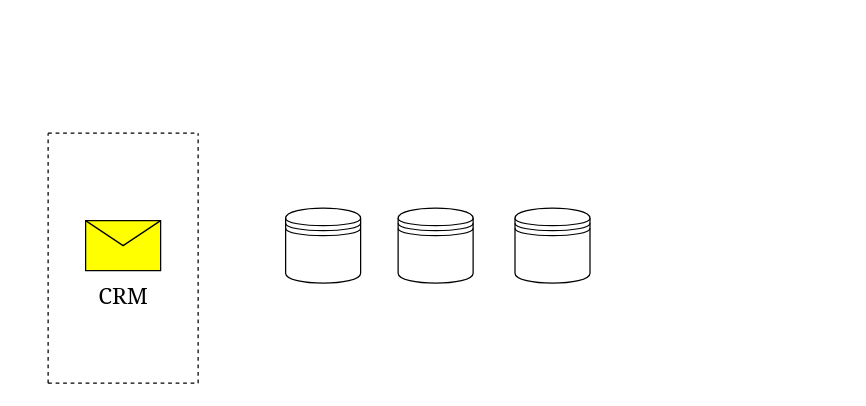
Earlier version of the draw.io diagram Diagrama sem nome.drawio (rcaavalcante/Exerc-cios-PYTHON-MBA). Source tidied: cells renumbered, new cells numbered last; positions are measured from the earlier drawing's top-left corner, leaving out a move shared by most shapes. Both pictures are drawn from the tidied source at 125%, with x=0, y=0 at pixel (48, 132).
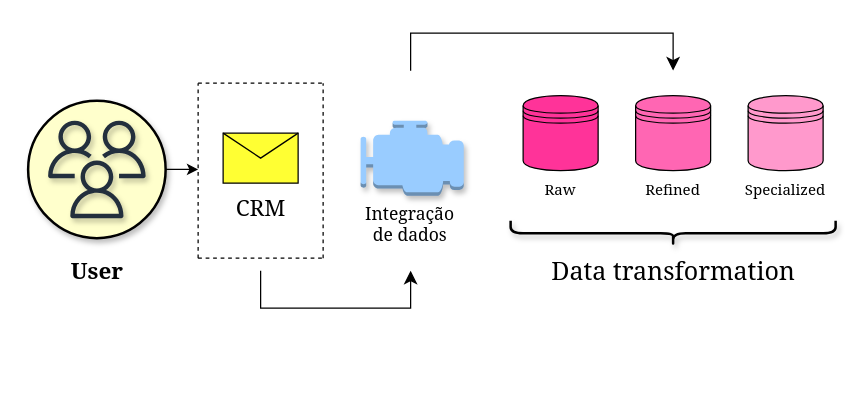
The same page after the edit.

Change to the diagram source:
```diff
@@
+    <mxCell id="11" style="rounded=0;jettySize=auto;html=1;exitX=1;exitY=0.5;exitDx=0;exitDy=0;fontFamily=Helvetica;fontSize=12;fontColor=default;" parent="1" edge="1" source="12">
+      <mxGeometry relative="1" as="geometry">
+        <mxPoint x="120" y="29" as="targetPoint" />
+      </mxGeometry>
+    </mxCell>
+    <mxCell id="12" style="ellipse;whiteSpace=wrap;html=1;shadow=1;strokeColor=default;strokeWidth=2;fontFamily=Helvetica;fontSize=12;fontColor=default;fillColor=#FFFFCC;" parent="1" vertex="1">
+      <mxGeometry x="-16" y="-26" width="110" height="110" as="geometry" />
+    </mxCell>
     <mxCell id="2" style="endArrow=none;dashed=1;html=1;rounded=0;" parent="1" edge="1">
       <mxGeometry relative="1" as="geometry">
-        <mxPoint y="200" as="sourcePoint" />
-        <mxPoint as="targetPoint" />
+        <mxPoint x="120" y="100" as="sourcePoint" />
+        <mxPoint x="120" y="-40" as="targetPoint" />
+        <Array as="points">
+          <mxPoint x="120" y="30" />
+        </Array>
       </mxGeometry>
     </mxCell>
     <mxCell id="3" style="endArrow=none;dashed=1;html=1;rounded=0;" parent="1" edge="1">
       <mxGeometry relative="1" as="geometry">
-        <mxPoint x="120" y="200" as="sourcePoint" />
-        <mxPoint x="120" as="targetPoint" />
+        <mxPoint x="220" y="100" as="sourcePoint" />
+        <mxPoint x="220" y="-40" as="targetPoint" />
       </mxGeometry>
     </mxCell>
     <mxCell id="4" style="endArrow=none;dashed=1;html=1;rounded=0;" parent="1" edge="1">
       <mxGeometry relative="1" as="geometry">
-        <mxPoint y="200" as="sourcePoint" />
-        <mxPoint x="120" y="200" as="targetPoint" />
+        <mxPoint x="120" y="100" as="sourcePoint" />
+        <mxPoint x="220" y="100" as="targetPoint" />
+        <Array as="points">
+          <mxPoint x="170" y="100" />
+        </Array>
       </mxGeometry>
     </mxCell>
     <mxCell id="5" style="endArrow=none;dashed=1;html=1;rounded=0;" parent="1" edge="1">
       <mxGeometry relative="1" as="geometry">
-        <mxPoint as="sourcePoint" />
-        <mxPoint x="120" as="targetPoint" />
+        <mxPoint x="120" y="-40" as="sourcePoint" />
+        <mxPoint x="220" y="-40" as="targetPoint" />
+        <Array as="points">
+          <mxPoint x="170" y="-40" />
+        </Array>
       </mxGeometry>
     </mxCell>
     <mxCell id="6" value="&lt;font face=&quot;Georgia&quot; style=&quot;font-size: 18px;&quot;&gt;CRM&lt;/font&gt;" style="text;html=1;align=center;verticalAlign=middle;strokeColor=none;fillColor=none;" parent="1" vertex="1">
-      <mxGeometry x="30" y="110" width="60" height="40" as="geometry" />
+      <mxGeometry x="140" y="40" width="60" height="40" as="geometry" />
     </mxCell>
-    <mxCell id="7" style="shape=datastore;whiteSpace=wrap;html=1;" parent="1" vertex="1">
-      <mxGeometry x="190" y="60" width="60" height="60" as="geometry" />
+    <mxCell id="7" value="&lt;br&gt;&lt;br&gt;&lt;br&gt;&lt;br&gt;&lt;br&gt;&lt;font face=&quot;Georgia&quot; style=&quot;font-size: 12px;&quot;&gt;Raw&lt;/font&gt;" style="shape=datastore;whiteSpace=wrap;html=1;fillColor=#FF3399;" parent="1" vertex="1">
+      <mxGeometry x="380" y="-30" width="60" height="60" as="geometry" />
     </mxCell>
-    <mxCell id="8" style="shape=datastore;whiteSpace=wrap;html=1;" parent="1" vertex="1">
-      <mxGeometry x="373.5" y="60" width="60" height="60" as="geometry" />
+    <mxCell id="8" value="&lt;br&gt;&lt;br&gt;&lt;br&gt;&lt;br&gt;&lt;font face=&quot;Georgia&quot;&gt;&lt;br&gt;Specialized&lt;/font&gt;" style="shape=datastore;whiteSpace=wrap;html=1;fillColor=#FF99CC;" parent="1" vertex="1">
+      <mxGeometry x="560" y="-30" width="60" height="60" as="geometry" />
     </mxCell>
-    <mxCell id="9" style="shape=datastore;whiteSpace=wrap;html=1;" parent="1" vertex="1">
-      <mxGeometry x="280" y="60" width="60" height="60" as="geometry" />
+    <mxCell id="9" value="&lt;font face=&quot;Georgia&quot;&gt;&lt;br&gt;&lt;br&gt;&lt;br&gt;&lt;br&gt;&lt;br&gt;Refined&lt;/font&gt;" style="shape=datastore;whiteSpace=wrap;html=1;fillColor=#FF66B3;" parent="1" vertex="1">
+      <mxGeometry x="470" y="-30" width="60" height="60" as="geometry" />
     </mxCell>
-    <mxCell id="10" style="shape=message;html=1;html=1;labelPosition=center;verticalLabelPosition=bottom;align=center;verticalAlign=top;fillColor=#FFFF00;" parent="1" vertex="1">
-      <mxGeometry x="30" y="70" width="60" height="40" as="geometry" />
+    <mxCell id="10" style="shape=message;html=1;html=1;labelPosition=center;verticalLabelPosition=bottom;align=center;verticalAlign=top;fillColor=#FFFF33;" parent="1" vertex="1">
+      <mxGeometry x="140" width="60" height="40" as="geometry" />
     </mxCell>
+    <mxCell id="13" style="edgeStyle=segmentEdgeStyle;endArrow=classic;html=1;curved=0;rounded=0;endSize=8;startSize=8;sourcePerimeterSpacing=0;targetPerimeterSpacing=0;" parent="1" edge="1">
+      <mxGeometry relative="1" as="geometry">
+        <mxPoint x="290" y="-50" as="sourcePoint" />
+        <mxPoint x="500" y="-50" as="targetPoint" />
+        <Array as="points">
+          <mxPoint x="290" y="-80" />
+          <mxPoint x="500" y="-80" />
+        </Array>
+      </mxGeometry>
+    </mxCell>
+    <mxCell id="14" value="&lt;font face=&quot;Georgia&quot; style=&quot;font-size: 14px;&quot;&gt;Integração&amp;nbsp;&lt;br&gt;de dados&lt;/font&gt;&amp;nbsp;" style="dashed=0;verticalLabelPosition=bottom;verticalAlign=top;align=center;html=1;shape=mxgraph.aws3.emr_engine;fillColor=#99CCFF;gradientColor=none;shadow=1;strokeColor=#000033;strokeWidth=2;fontFamily=Helvetica;fontSize=12;fontColor=default;" parent="1" vertex="1">
+      <mxGeometry x="250" y="-10" width="82.5" height="60" as="geometry" />
+    </mxCell>
+    <mxCell id="15" style="edgeStyle=segmentEdgeStyle;endArrow=classic;html=1;curved=0;rounded=0;endSize=8;startSize=8;sourcePerimeterSpacing=0;targetPerimeterSpacing=0;" parent="1" edge="1">
+      <mxGeometry relative="1" as="geometry">
+        <mxPoint x="170" y="110" as="sourcePoint" />
+        <mxPoint x="290" y="110" as="targetPoint" />
+        <Array as="points">
+          <mxPoint x="240" y="140" />
+          <mxPoint x="240" y="140" />
+        </Array>
+      </mxGeometry>
+    </mxCell>
+    <mxCell id="16" style="sketch=0;fontColor=#232F3E;gradientColor=none;fillColor=#232F3D;strokeColor=none;dashed=0;verticalLabelPosition=bottom;verticalAlign=top;align=center;html=1;fontSize=12;fontStyle=0;shape=mxgraph.aws4.users;shadow=1;strokeWidth=2;fontFamily=Helvetica;" parent="1" vertex="1">
+      <mxGeometry y="-10" width="78" height="78" as="geometry" />
+    </mxCell>
+    <mxCell id="17" style="shape=curlyBracket;whiteSpace=wrap;html=1;rounded=1;flipH=1;labelPosition=right;verticalLabelPosition=middle;align=left;verticalAlign=middle;shadow=1;strokeColor=default;strokeWidth=2;fontFamily=Helvetica;fontSize=12;fontColor=default;fillColor=default;rotation=90;" parent="1" vertex="1">
+      <mxGeometry x="490" y="-50" width="20" height="260" as="geometry" />
+    </mxCell>
+    <mxCell id="18" value="&lt;font face=&quot;Georgia&quot; style=&quot;font-size: 20px;&quot;&gt;Data transformation&lt;/font&gt;" style="text;html=1;align=center;verticalAlign=middle;strokeColor=none;fillColor=none;fontSize=12;fontFamily=Helvetica;fontColor=default;" parent="1" vertex="1">
+      <mxGeometry x="400" y="90" width="200" height="40" as="geometry" />
+    </mxCell>
+    <mxCell id="19" value="&lt;font face=&quot;Georgia&quot; style=&quot;font-size: 18px;&quot;&gt;&lt;b&gt;User&lt;/b&gt;&lt;/font&gt;" style="text;html=1;align=center;verticalAlign=middle;strokeColor=none;fillColor=none;fontSize=12;fontFamily=Helvetica;fontColor=default;" parent="1" vertex="1">
+      <mxGeometry x="4" y="90" width="70" height="40" as="geometry" />
+    </mxCell>
```
